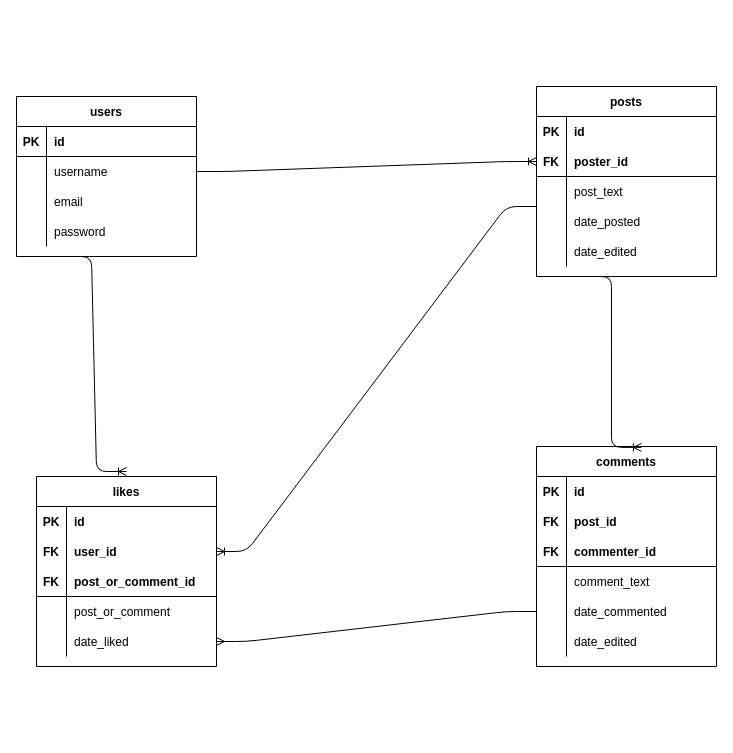
jamesaiello42/Promineo-Back-End-Bootcamp-Group-Project keeps this draw.io diagram as DB Create Script and ERD/Social Media App ERD.drawio. Above is the earlier version. Source tidied: cells renumbered, new cells numbered last; positions are measured from the earlier drawing's top-left corner, leaving out a move shared by most shapes. Both pictures are drawn from the tidied source at 100%, with x=0, y=0 at pixel (16, 86).
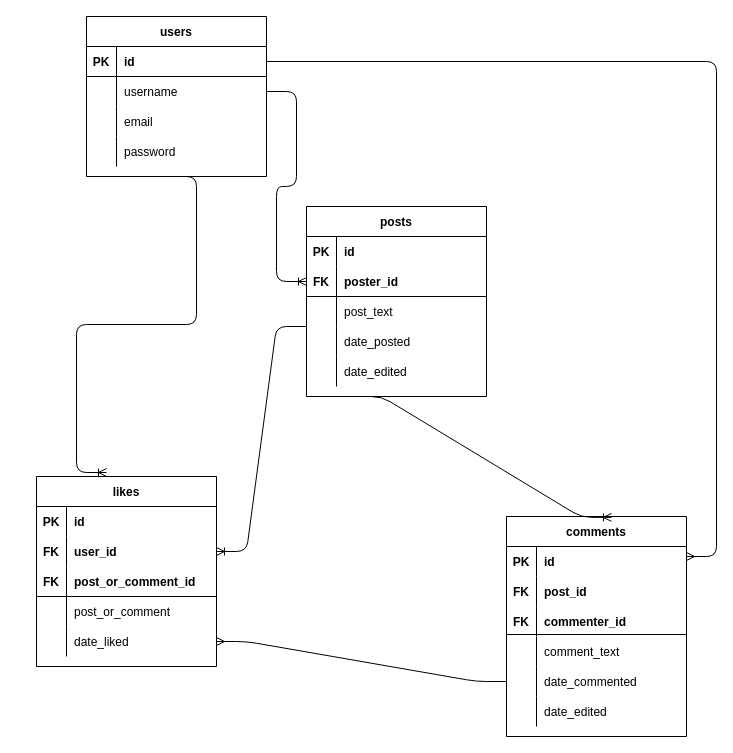
After the change.

Commit message (it also covers changes not shown here):
Modified ERD because It did not have the relationship line between the tables Comments and Users.

The change refers to these unchanged cells:
```xml
<mxCell id="3" style="shape=partialRectangle;fillColor=none;top=0;left=0;bottom=1;right=0;points=[[0,0.5],[1,0.5]];portConstraint=eastwest;" parent="2" vertex="1">
  <mxGeometry y="30" width="180" height="30" as="geometry" />
</mxCell>
```

Change to the diagram source:
```diff
@@
     <mxCell id="2" value="users" style="shape=table;startSize=30;childLayout=tableLayout;rowLines=0;fontStyle=1;align=center;" parent="1" vertex="1">
-      <mxGeometry y="10" width="180" height="160" as="geometry" />
+      <mxGeometry x="70" y="-70" width="180" height="160" as="geometry" />
     </mxCell>
@@
     <mxCell id="15" value="comments" style="shape=table;startSize=30;childLayout=tableLayout;rowLines=0;fontStyle=1;align=center;" parent="1" vertex="1">
-      <mxGeometry x="520" y="360" width="180" height="220" as="geometry" />
+      <mxGeometry x="490" y="430" width="180" height="220" as="geometry" />
     </mxCell>
@@
     <mxCell id="35" value="posts" style="shape=table;startSize=30;childLayout=tableLayout;rowLines=0;fontStyle=1;align=center;" parent="1" vertex="1">
-      <mxGeometry x="520" width="180" height="190" as="geometry" />
+      <mxGeometry x="290" y="120" width="180" height="190" as="geometry" />
     </mxCell>
@@
-    <mxCell id="52" style="edgeStyle=entityRelationEdgeStyle;fontSize=12;html=1;endArrow=ERoneToMany;entryX=0.5;entryY=0;entryDx=0;entryDy=0;exitX=0.25;exitY=1;exitDx=0;exitDy=0;" parent="1" edge="1" source="2">
+    <mxCell id="52" style="edgeStyle=entityRelationEdgeStyle;fontSize=12;html=1;endArrow=ERoneToMany;" parent="1" edge="1">
       <mxGeometry relative="1" as="geometry">
-        <mxPoint x="110" y="385" as="targetPoint" />
+        <mxPoint x="150" y="90" as="sourcePoint" />
+        <mxPoint x="90" y="386" as="targetPoint" />
       </mxGeometry>
     </mxCell>
@@
     <mxCell id="71" style="line;strokeWidth=1;dashed=0;labelPosition=right;align=left;verticalAlign=middle;spacingTop=0;spacingLeft=6;" parent="1" vertex="1">
-      <mxGeometry x="520" y="475" width="180" height="10" as="geometry" />
+      <mxGeometry x="490" y="543" width="180" height="10" as="geometry" />
     </mxCell>
     <mxCell id="72" style="line;strokeWidth=1;dashed=0;labelPosition=right;align=left;verticalAlign=middle;spacingTop=0;spacingLeft=6;" parent="1" vertex="1">
-      <mxGeometry x="520" y="85" width="180" height="10" as="geometry" />
+      <mxGeometry x="290" y="205" width="180" height="10" as="geometry" />
     </mxCell>
+    <mxCell id="73" style="edgeStyle=entityRelationEdgeStyle;fontSize=12;html=1;endArrow=none;entryX=1;entryY=0.5;entryDx=0;entryDy=0;startArrow=ERmany;startFill=0;endFill=0;" parent="1" edge="1" target="3">
+      <mxGeometry relative="1" as="geometry">
+        <mxPoint x="670" y="470" as="sourcePoint" />
+      </mxGeometry>
+    </mxCell>
```
